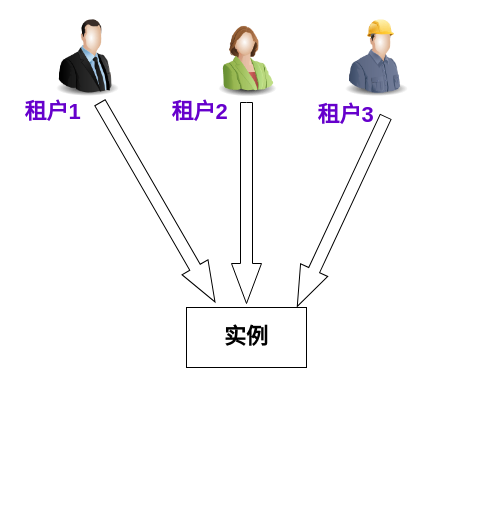
cnx-yunshen/xmlFile keeps this draw.io diagram as workflow2.drawio. Above is the earlier version. Source tidied: cells renumbered, new cells numbered last; positions are measured from the earlier drawing's top-left corner, leaving out a move shared by most shapes. Both pictures are drawn from the tidied source at 100%, with x=0, y=0 at pixel (17, 17).
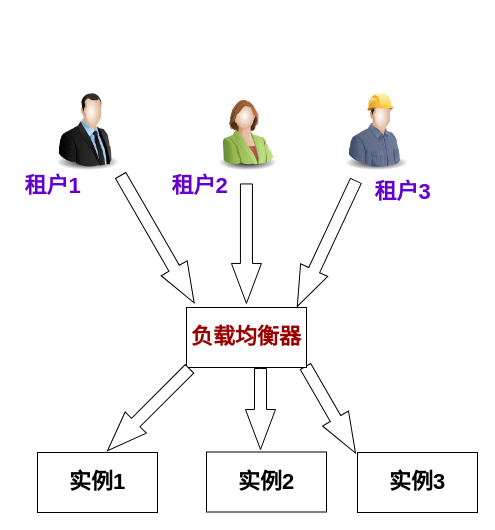
After the change.

Change to the diagram source:
```diff
@@
 <mxGraphModel>
   <root>
     <mxCell id="0" />
     <mxCell id="1" parent="0" />
     <mxCell id="2" style="image;html=1;image=img/lib/clip_art/people/Suit_Man_128x128.png;" parent="1" vertex="1">
-      <mxGeometry x="30" width="80" height="80" as="geometry" />
+      <mxGeometry x="30" y="74" width="80" height="80" as="geometry" />
     </mxCell>
     <mxCell id="3" style="image;html=1;image=img/lib/clip_art/people/Construction_Worker_Man_128x128.png;" parent="1" vertex="1">
-      <mxGeometry x="319" width="80" height="80" as="geometry" />
+      <mxGeometry x="319" y="74" width="80" height="80" as="geometry" />
     </mxCell>
     <mxCell id="4" style="image;html=1;image=img/lib/clip_art/people/Suit_Woman_Green_128x128.png;" parent="1" vertex="1">
-      <mxGeometry x="189" width="80" height="80" as="geometry" />
+      <mxGeometry x="189" y="74" width="80" height="80" as="geometry" />
     </mxCell>
     <mxCell id="5" style="html=1;shadow=0;dashed=0;align=center;verticalAlign=middle;shape=mxgraph.arrows2.arrow;dy=0.6;dx=40;notch=0;rotation=60;" parent="1" vertex="1">
-      <mxGeometry x="25" y="169.8" width="230" height="30" as="geometry" />
+      <mxGeometry x="263" y="377.3" width="100" height="30" as="geometry" />
     </mxCell>
     <mxCell id="6" style="html=1;shadow=0;dashed=0;align=center;verticalAlign=middle;shape=mxgraph.arrows2.arrow;dy=0.6;dx=40;notch=0;rotation=90;" parent="1" vertex="1">
-      <mxGeometry x="128.5" y="170.5" width="201" height="30" as="geometry" />
+      <mxGeometry x="169.2" y="211.2" width="119.5" height="30" as="geometry" />
     </mxCell>
     <mxCell id="7" style="html=1;shadow=0;dashed=0;align=center;verticalAlign=middle;shape=mxgraph.arrows2.arrow;dy=0.6;dx=40;notch=0;rotation=-245;" parent="1" vertex="1">
-      <mxGeometry x="219.4" y="179.1" width="209.1" height="30" as="geometry" />
+      <mxGeometry x="239.8" y="211.1" width="138.5" height="30" as="geometry" />
     </mxCell>
-    <mxCell id="8" value="&lt;div&gt;&lt;b&gt;&lt;font style=&quot;font-size: 22px;&quot;&gt;实例&lt;/font&gt;&lt;/b&gt;&lt;/div&gt;" style="whiteSpace=wrap;html=1;" parent="1" vertex="1">
+    <mxCell id="8" value="&lt;div&gt;&lt;font color=&quot;#990000&quot;&gt;&lt;b&gt;&lt;font style=&quot;font-size: 22px;&quot;&gt;负载均衡器&lt;/font&gt;&lt;/b&gt;&lt;/font&gt;&lt;/div&gt;" style="whiteSpace=wrap;html=1;" parent="1" vertex="1">
       <mxGeometry x="169" y="290" width="120" height="60" as="geometry" />
     </mxCell>
     <mxCell id="9" value="&lt;b&gt;&lt;font color=&quot;#6600CC&quot;&gt;租户1&lt;/font&gt;&lt;/b&gt;" style="text;html=1;align=center;verticalAlign=middle;strokeColor=none;fillColor=none;fontSize=22;" parent="1" vertex="1">
-      <mxGeometry y="80" width="70" height="30" as="geometry" />
+      <mxGeometry y="154" width="70" height="30" as="geometry" />
     </mxCell>
     <mxCell id="10" value="&lt;b&gt;&lt;font color=&quot;#6600CC&quot;&gt;租户2&lt;/font&gt;&lt;/b&gt;" style="text;html=1;align=center;verticalAlign=middle;strokeColor=none;fillColor=none;fontSize=22;" parent="1" vertex="1">
-      <mxGeometry x="147" y="80" width="70" height="30" as="geometry" />
+      <mxGeometry x="147" y="154" width="70" height="30" as="geometry" />
     </mxCell>
     <mxCell id="11" value="&lt;b&gt;&lt;font color=&quot;#6600CC&quot;&gt;租户3&lt;/font&gt;&lt;/b&gt;" style="text;html=1;align=center;verticalAlign=middle;strokeColor=none;fillColor=none;fontSize=22;" parent="1" vertex="1">
-      <mxGeometry x="293" y="83" width="70" height="30" as="geometry" />
+      <mxGeometry x="350" y="160" width="70" height="30" as="geometry" />
     </mxCell>
+    <mxCell id="12" value="&lt;div&gt;&lt;b&gt;&lt;font style=&quot;font-size: 22px;&quot;&gt;实例2&lt;/font&gt;&lt;/b&gt;&lt;/div&gt;" style="whiteSpace=wrap;html=1;" parent="1" vertex="1">
+      <mxGeometry x="189" y="434.5" width="120" height="60" as="geometry" />
+    </mxCell>
+    <mxCell id="13" value="&lt;div&gt;&lt;b&gt;&lt;font style=&quot;font-size: 22px;&quot;&gt;实例1&lt;/font&gt;&lt;/b&gt;&lt;/div&gt;" style="whiteSpace=wrap;html=1;" parent="1" vertex="1">
+      <mxGeometry x="20" y="435" width="120" height="60" as="geometry" />
+    </mxCell>
+    <mxCell id="14" value="&lt;div&gt;&lt;b&gt;&lt;font style=&quot;font-size: 22px;&quot;&gt;实例3&lt;/font&gt;&lt;/b&gt;&lt;/div&gt;" style="whiteSpace=wrap;html=1;" parent="1" vertex="1">
+      <mxGeometry x="340" y="435" width="120" height="60" as="geometry" />
+    </mxCell>
+    <mxCell id="15" style="html=1;shadow=0;dashed=0;align=center;verticalAlign=middle;shape=mxgraph.arrows2.arrow;dy=0.6;dx=40;notch=0;rotation=60;" parent="1" vertex="1">
+      <mxGeometry x="66.4" y="206.7" width="147" height="30" as="geometry" />
+    </mxCell>
+    <mxCell id="16" style="html=1;shadow=0;dashed=0;align=center;verticalAlign=middle;shape=mxgraph.arrows2.arrow;dy=0.6;dx=40;notch=0;rotation=90;" parent="1" vertex="1">
+      <mxGeometry x="202.5" y="376.5" width="81" height="30" as="geometry" />
+    </mxCell>
+    <mxCell id="17" style="html=1;shadow=0;dashed=0;align=center;verticalAlign=middle;shape=mxgraph.arrows2.arrow;dy=0.6;dx=40;notch=0;rotation=-225;" parent="1" vertex="1">
+      <mxGeometry x="73" y="377.3" width="116" height="30" as="geometry" />
+    </mxCell>
   </root>
 </mxGraphModel>
```
